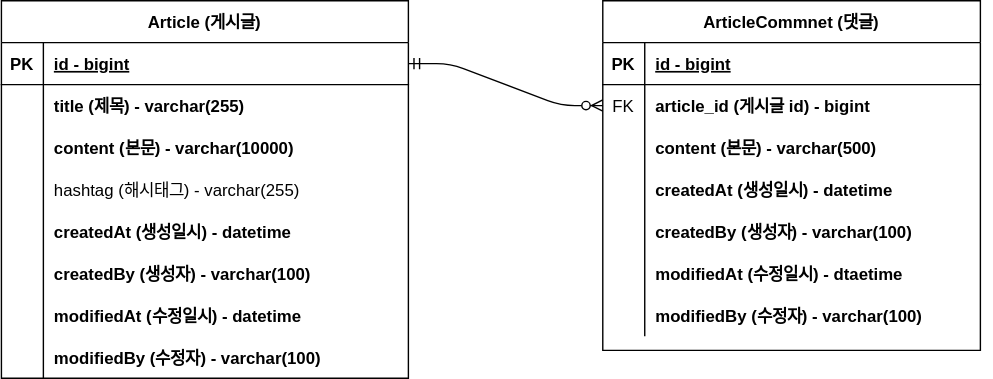
This is document/project-board-erd.svg from vartyor/project-board, a draw.io export, as it was before one commit. Source tidied: cells renumbered, new cells last; positions are measured from the earlier drawing's top-left corner, leaving out a move shared by most shapes.
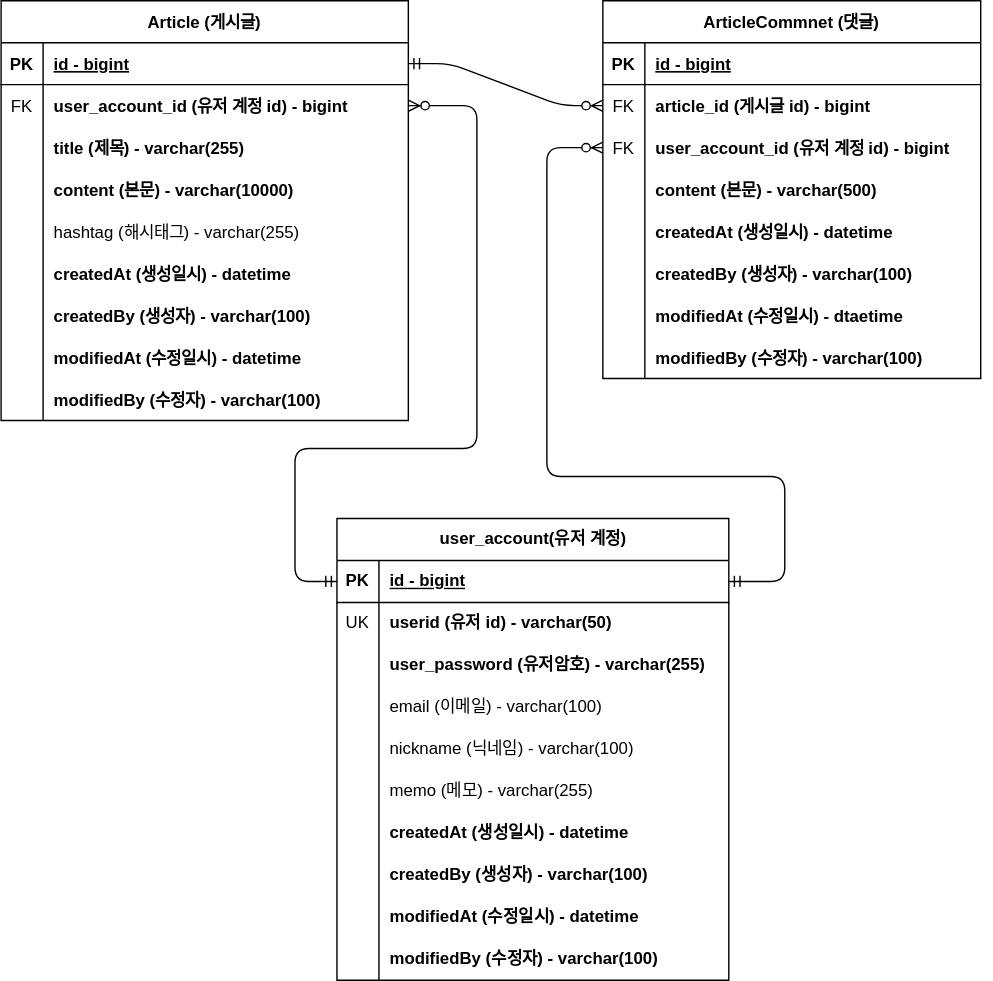
The same file after the commit.

Commit message:
#17 - erd 업데이트: 유저 계정 추가

Diff of the diagram source:
```diff
@@ -6,7 +6,7 @@
       <mxGeometry relative="1" as="geometry" />
     </mxCell>
     <mxCell id="3" value="ArticleCommnet (댓글)" style="shape=table;startSize=30;rowLines=0;fontStyle=1;align=center;" parent="1" vertex="1">
-      <mxGeometry x="430" width="270" height="250" as="geometry" />
+      <mxGeometry x="430" width="270" height="270" as="geometry" />
     </mxCell>
     <mxCell id="4" style="shape=partialRectangle;fillColor=none;top=0;left=0;right=0;bottom=1;" parent="3" vertex="1">
       <mxGeometry y="30" width="270" height="30" as="geometry" />
@@ -26,8 +26,17 @@
     <mxCell id="9" value="article_id (게시글 id) - bigint" style="shape=partialRectangle;overflow=hidden;fillColor=none;top=0;left=0;bottom=0;right=0;align=left;spacingLeft=6;fontStyle=1;" parent="7" vertex="1">
       <mxGeometry x="30" width="240" height="30" as="geometry" />
     </mxCell>
+    <mxCell id="51" style="shape=partialRectangle;fillColor=none;points=[[0,0.5],[1,0.5]];portConstraint=eastwest;top=0;left=0;right=0;bottom=0;" parent="3" vertex="1">
+      <mxGeometry y="90" width="270" height="30" as="geometry" />
+    </mxCell>
+    <mxCell id="52" value="FK" style="shape=partialRectangle;overflow=hidden;fillColor=none;top=0;left=0;bottom=0;right=0;" parent="51" vertex="1">
+      <mxGeometry width="30" height="30" as="geometry" />
+    </mxCell>
+    <mxCell id="53" value="user_account_id (유저 계정 id) - bigint" style="shape=partialRectangle;overflow=hidden;fillColor=none;top=0;left=0;bottom=0;right=0;align=left;spacingLeft=6;fontStyle=1;" parent="51" vertex="1">
+      <mxGeometry x="30" width="240" height="30" as="geometry" />
+    </mxCell>
     <mxCell id="10" style="shape=partialRectangle;fillColor=none;top=0;left=0;right=0;bottom=0;" parent="3" vertex="1">
-      <mxGeometry y="90" width="270" height="30" as="geometry" />
+      <mxGeometry y="120" width="270" height="30" as="geometry" />
     </mxCell>
     <mxCell id="11" style="shape=partialRectangle;overflow=hidden;fillColor=none;top=0;left=0;bottom=0;right=0;" parent="10" vertex="1">
       <mxGeometry width="30" height="30" as="geometry" />
@@ -36,7 +45,7 @@
       <mxGeometry x="30" width="240" height="30" as="geometry" />
     </mxCell>
     <mxCell id="13" style="shape=partialRectangle;fillColor=none;points=[[0,0.5],[1,0.5]];portConstraint=eastwest;top=0;left=0;right=0;bottom=0;" parent="3" vertex="1">
-      <mxGeometry y="120" width="270" height="30" as="geometry" />
+      <mxGeometry y="150" width="270" height="30" as="geometry" />
     </mxCell>
     <mxCell id="14" style="shape=partialRectangle;overflow=hidden;fillColor=none;top=0;left=0;bottom=0;right=0;" parent="13" vertex="1">
       <mxGeometry width="30" height="30" as="geometry" />
@@ -45,7 +54,7 @@
       <mxGeometry x="30" width="240" height="30" as="geometry" />
     </mxCell>
     <mxCell id="16" style="shape=partialRectangle;fillColor=none;top=0;left=0;right=0;bottom=0;" parent="3" vertex="1">
-      <mxGeometry y="150" width="270" height="30" as="geometry" />
+      <mxGeometry y="180" width="270" height="30" as="geometry" />
     </mxCell>
     <mxCell id="17" style="shape=partialRectangle;overflow=hidden;fillColor=none;top=0;left=0;bottom=0;right=0;" parent="16" vertex="1">
       <mxGeometry width="30" height="30" as="geometry" />
@@ -54,7 +63,7 @@
       <mxGeometry x="30" width="240" height="30" as="geometry" />
     </mxCell>
     <mxCell id="19" style="shape=partialRectangle;fillColor=none;top=0;left=0;right=0;bottom=0;" parent="3" vertex="1">
-      <mxGeometry y="180" width="270" height="30" as="geometry" />
+      <mxGeometry y="210" width="270" height="30" as="geometry" />
     </mxCell>
     <mxCell id="20" style="shape=partialRectangle;overflow=hidden;fillColor=none;top=0;left=0;bottom=0;right=0;" parent="19" vertex="1">
       <mxGeometry width="30" height="30" as="geometry" />
@@ -63,7 +72,7 @@
       <mxGeometry x="30" width="240" height="30" as="geometry" />
     </mxCell>
     <mxCell id="22" style="shape=partialRectangle;fillColor=none;top=0;left=0;right=0;bottom=0;" parent="3" vertex="1">
-      <mxGeometry y="210" width="270" height="30" as="geometry" />
+      <mxGeometry y="240" width="270" height="30" as="geometry" />
     </mxCell>
     <mxCell id="23" style="shape=partialRectangle;overflow=hidden;fillColor=none;top=0;left=0;bottom=0;right=0;" parent="22" vertex="1">
       <mxGeometry width="30" height="30" as="geometry" />
@@ -75,7 +84,7 @@
       <mxGeometry relative="1" as="geometry" />
     </mxCell>
     <mxCell id="26" value="Article (게시글)" style="shape=table;startSize=30;rowLines=0;fontStyle=1;align=center;" parent="1" vertex="1">
-      <mxGeometry width="291" height="270" as="geometry" />
+      <mxGeometry width="291" height="300" as="geometry" />
     </mxCell>
     <mxCell id="27" style="shape=partialRectangle;fillColor=none;points=[[0,0.5],[1,0.5]];portConstraint=eastwest;top=0;left=0;right=0;bottom=1;" parent="26" vertex="1">
       <mxGeometry y="30" width="291" height="30" as="geometry" />
@@ -89,14 +98,23 @@
     <mxCell id="30" style="shape=partialRectangle;fillColor=none;points=[[0,0.5],[1,0.5]];portConstraint=eastwest;top=0;left=0;right=0;bottom=0;" parent="26" vertex="1">
       <mxGeometry y="60" width="291" height="30" as="geometry" />
     </mxCell>
-    <mxCell id="31" style="shape=partialRectangle;overflow=hidden;fillColor=none;top=0;left=0;bottom=0;right=0;" parent="30" vertex="1">
+    <mxCell id="31" value="FK" style="shape=partialRectangle;overflow=hidden;fillColor=none;top=0;left=0;bottom=0;right=0;" parent="30" vertex="1">
       <mxGeometry width="30" height="30" as="geometry" />
     </mxCell>
-    <mxCell id="32" value="title (제목) - varchar(255)" style="shape=partialRectangle;overflow=hidden;fillColor=none;top=0;left=0;bottom=0;right=0;align=left;spacingLeft=6;fontStyle=1;" parent="30" vertex="1">
+    <mxCell id="32" value="user_account_id (유저 계정 id) - bigint" style="shape=partialRectangle;overflow=hidden;fillColor=none;top=0;left=0;bottom=0;right=0;align=left;spacingLeft=6;fontStyle=1;" parent="30" vertex="1">
       <mxGeometry x="30" width="261" height="30" as="geometry" />
     </mxCell>
+    <mxCell id="54" style="shape=partialRectangle;fillColor=none;top=0;left=0;right=0;bottom=0;" parent="26" vertex="1">
+      <mxGeometry y="90" width="291" height="30" as="geometry" />
+    </mxCell>
+    <mxCell id="55" style="shape=partialRectangle;overflow=hidden;fillColor=none;top=0;left=0;bottom=0;right=0;" parent="54" vertex="1">
+      <mxGeometry width="30" height="30" as="geometry" />
+    </mxCell>
+    <mxCell id="56" value="title (제목) - varchar(255)" style="shape=partialRectangle;overflow=hidden;fillColor=none;top=0;left=0;bottom=0;right=0;align=left;spacingLeft=6;fontStyle=1;" parent="54" vertex="1">
+      <mxGeometry x="30" width="261" height="30" as="geometry" />
+    </mxCell>
     <mxCell id="33" style="shape=partialRectangle;fillColor=none;top=0;left=0;right=0;bottom=0;" parent="26" vertex="1">
-      <mxGeometry y="90" width="291" height="30" as="geometry" />
+      <mxGeometry y="120" width="291" height="30" as="geometry" />
     </mxCell>
     <mxCell id="34" style="shape=partialRectangle;overflow=hidden;fillColor=none;top=0;left=0;bottom=0;right=0;" parent="33" vertex="1">
       <mxGeometry width="30" height="30" as="geometry" />
@@ -105,7 +123,7 @@
       <mxGeometry x="30" width="261" height="30" as="geometry" />
     </mxCell>
     <mxCell id="36" style="shape=partialRectangle;fillColor=none;top=0;left=0;right=0;bottom=0;" parent="26" vertex="1">
-      <mxGeometry y="120" width="291" height="30" as="geometry" />
+      <mxGeometry y="150" width="291" height="30" as="geometry" />
     </mxCell>
     <mxCell id="37" style="shape=partialRectangle;overflow=hidden;fillColor=none;top=0;left=0;bottom=0;right=0;" parent="36" vertex="1">
       <mxGeometry width="30" height="30" as="geometry" />
@@ -114,7 +132,7 @@
       <mxGeometry x="30" width="261" height="30" as="geometry" />
     </mxCell>
     <mxCell id="39" style="shape=partialRectangle;fillColor=none;top=0;left=0;right=0;bottom=0;" parent="26" vertex="1">
-      <mxGeometry y="150" width="291" height="30" as="geometry" />
+      <mxGeometry y="180" width="291" height="30" as="geometry" />
     </mxCell>
     <mxCell id="40" style="shape=partialRectangle;overflow=hidden;fillColor=none;top=0;left=0;bottom=0;right=0;" parent="39" vertex="1">
       <mxGeometry width="30" height="30" as="geometry" />
@@ -123,7 +141,7 @@
       <mxGeometry x="30" width="261" height="30" as="geometry" />
     </mxCell>
     <mxCell id="42" style="shape=partialRectangle;fillColor=none;top=0;left=0;right=0;bottom=0;" parent="26" vertex="1">
-      <mxGeometry y="180" width="291" height="30" as="geometry" />
+      <mxGeometry y="210" width="291" height="30" as="geometry" />
     </mxCell>
     <mxCell id="43" style="shape=partialRectangle;overflow=hidden;fillColor=none;top=0;left=0;bottom=0;right=0;" parent="42" vertex="1">
       <mxGeometry width="30" height="30" as="geometry" />
@@ -132,7 +150,7 @@
       <mxGeometry x="30" width="261" height="30" as="geometry" />
     </mxCell>
     <mxCell id="45" style="shape=partialRectangle;fillColor=none;top=0;left=0;right=0;bottom=0;" parent="26" vertex="1">
-      <mxGeometry y="210" width="291" height="30" as="geometry" />
+      <mxGeometry y="240" width="291" height="30" as="geometry" />
     </mxCell>
     <mxCell id="46" style="shape=partialRectangle;overflow=hidden;fillColor=none;top=0;left=0;bottom=0;right=0;" parent="45" vertex="1">
       <mxGeometry width="30" height="30" as="geometry" />
@@ -141,7 +159,7 @@
       <mxGeometry x="30" width="261" height="30" as="geometry" />
     </mxCell>
     <mxCell id="48" style="shape=partialRectangle;fillColor=none;top=0;left=0;right=0;bottom=0;" parent="26" vertex="1">
-      <mxGeometry y="240" width="291" height="30" as="geometry" />
+      <mxGeometry y="270" width="291" height="30" as="geometry" />
     </mxCell>
     <mxCell id="49" style="shape=partialRectangle;overflow=hidden;fillColor=none;top=0;left=0;bottom=0;right=0;" parent="48" vertex="1">
       <mxGeometry width="30" height="30" as="geometry" />
@@ -149,5 +167,121 @@
     <mxCell id="50" value="modifiedBy (수정자) - varchar(100)" style="shape=partialRectangle;overflow=hidden;fillColor=none;top=0;left=0;bottom=0;right=0;align=left;spacingLeft=6;fontStyle=1;" parent="48" vertex="1">
       <mxGeometry x="30" width="261" height="30" as="geometry" />
     </mxCell>
+    <mxCell id="57" style="edgeStyle=orthogonalEdgeStyle;rounded=0;orthogonalLoop=1;jettySize=auto;html=1;exitX=1;exitY=0.5;exitDx=0;exitDy=0;" parent="26" edge="1" source="30" target="30">
+      <mxGeometry relative="1" as="geometry" />
+    </mxCell>
+    <mxCell id="58" value="user_account(유저 계정)" style="shape=table;startSize=30;rowLines=0;fontStyle=1;align=center;html=1;" parent="1" vertex="1">
+      <mxGeometry x="240" y="370" width="280" height="330" as="geometry" />
+    </mxCell>
+    <mxCell id="59" style="shape=tableRow;horizontal=0;startSize=0;swimlaneHead=0;swimlaneBody=0;fillColor=none;points=[[0,0.5],[1,0.5]];portConstraint=eastwest;top=0;left=0;right=0;bottom=1;" parent="58" vertex="1">
+      <mxGeometry y="30" width="280" height="30" as="geometry" />
+    </mxCell>
+    <mxCell id="60" value="PK" style="shape=partialRectangle;fillColor=none;top=0;left=0;bottom=0;right=0;fontStyle=1;overflow=hidden;whiteSpace=wrap;html=1;" parent="59" vertex="1">
+      <mxGeometry width="30" height="30" as="geometry" />
+    </mxCell>
+    <mxCell id="61" value="id - bigint" style="shape=partialRectangle;fillColor=none;top=0;left=0;bottom=0;right=0;align=left;spacingLeft=6;fontStyle=5;overflow=hidden;whiteSpace=wrap;html=1;" parent="59" vertex="1">
+      <mxGeometry x="30" width="250" height="30" as="geometry" />
+    </mxCell>
+    <mxCell id="62" style="shape=tableRow;horizontal=0;startSize=0;swimlaneHead=0;swimlaneBody=0;fillColor=none;top=0;left=0;right=0;bottom=0;" parent="58" vertex="1">
+      <mxGeometry y="60" width="280" height="30" as="geometry" />
+    </mxCell>
+    <mxCell id="63" value="UK" style="shape=partialRectangle;fillColor=none;top=0;left=0;bottom=0;right=0;overflow=hidden;whiteSpace=wrap;html=1;" parent="62" vertex="1">
+      <mxGeometry width="30" height="30" as="geometry" />
+    </mxCell>
+    <mxCell id="64" value="&lt;b&gt;userid (유저 id) - varchar(50)&lt;/b&gt;" style="shape=partialRectangle;fillColor=none;top=0;left=0;bottom=0;right=0;align=left;spacingLeft=6;overflow=hidden;whiteSpace=wrap;html=1;" parent="62" vertex="1">
+      <mxGeometry x="30" width="250" height="30" as="geometry" />
+    </mxCell>
+    <mxCell id="65" style="shape=tableRow;horizontal=0;startSize=0;swimlaneHead=0;swimlaneBody=0;fillColor=none;top=0;left=0;right=0;bottom=0;" parent="58" vertex="1">
+      <mxGeometry y="90" width="280" height="30" as="geometry" />
+    </mxCell>
+    <mxCell id="66" style="shape=partialRectangle;fillColor=none;top=0;left=0;bottom=0;right=0;overflow=hidden;whiteSpace=wrap;html=1;" parent="65" vertex="1">
+      <mxGeometry width="30" height="30" as="geometry" />
+    </mxCell>
+    <mxCell id="67" value="user_password (유저암호) - varchar(255)" style="shape=partialRectangle;fillColor=none;top=0;left=0;bottom=0;right=0;align=left;spacingLeft=6;overflow=hidden;whiteSpace=wrap;html=1;fontStyle=1;" parent="65" vertex="1">
+      <mxGeometry x="30" width="250" height="30" as="geometry" />
+    </mxCell>
+    <mxCell id="68" style="shape=tableRow;horizontal=0;startSize=0;swimlaneHead=0;swimlaneBody=0;fillColor=none;top=0;left=0;right=0;bottom=0;" parent="58" vertex="1">
+      <mxGeometry y="120" width="280" height="30" as="geometry" />
+    </mxCell>
+    <mxCell id="69" style="shape=partialRectangle;fillColor=none;top=0;left=0;bottom=0;right=0;overflow=hidden;whiteSpace=wrap;html=1;" parent="68" vertex="1">
+      <mxGeometry width="30" height="30" as="geometry" />
+    </mxCell>
+    <mxCell id="70" value="email (이메일) - varchar(100)" style="shape=partialRectangle;fillColor=none;top=0;left=0;bottom=0;right=0;align=left;spacingLeft=6;overflow=hidden;whiteSpace=wrap;html=1;" parent="68" vertex="1">
+      <mxGeometry x="30" width="250" height="30" as="geometry" />
+    </mxCell>
+    <mxCell id="71" style="shape=tableRow;horizontal=0;startSize=0;swimlaneHead=0;swimlaneBody=0;fillColor=none;top=0;left=0;right=0;bottom=0;" parent="58" vertex="1">
+      <mxGeometry y="150" width="280" height="30" as="geometry" />
+    </mxCell>
+    <mxCell id="72" style="shape=partialRectangle;fillColor=none;top=0;left=0;bottom=0;right=0;overflow=hidden;whiteSpace=wrap;html=1;" parent="71" vertex="1">
+      <mxGeometry width="30" height="30" as="geometry" />
+    </mxCell>
+    <mxCell id="73" value="nickname (닉네임) - varchar(100)" style="shape=partialRectangle;fillColor=none;top=0;left=0;bottom=0;right=0;align=left;spacingLeft=6;overflow=hidden;whiteSpace=wrap;html=1;" parent="71" vertex="1">
+      <mxGeometry x="30" width="250" height="30" as="geometry" />
+    </mxCell>
+    <mxCell id="74" style="shape=tableRow;horizontal=0;startSize=0;swimlaneHead=0;swimlaneBody=0;fillColor=none;top=0;left=0;right=0;bottom=0;" parent="58" vertex="1">
+      <mxGeometry y="180" width="280" height="30" as="geometry" />
+    </mxCell>
+    <mxCell id="75" style="shape=partialRectangle;fillColor=none;top=0;left=0;bottom=0;right=0;overflow=hidden;whiteSpace=wrap;html=1;" parent="74" vertex="1">
+      <mxGeometry width="30" height="30" as="geometry" />
+    </mxCell>
+    <mxCell id="76" value="memo (메모) - varchar(255)" style="shape=partialRectangle;fillColor=none;top=0;left=0;bottom=0;right=0;align=left;spacingLeft=6;overflow=hidden;whiteSpace=wrap;html=1;" parent="74" vertex="1">
+      <mxGeometry x="30" width="250" height="30" as="geometry" />
+    </mxCell>
+    <mxCell id="77" style="shape=tableRow;horizontal=0;startSize=0;swimlaneHead=0;swimlaneBody=0;fillColor=none;top=0;left=0;right=0;bottom=0;" parent="58" vertex="1">
+      <mxGeometry y="210" width="280" height="30" as="geometry" />
+    </mxCell>
+    <mxCell id="78" style="shape=partialRectangle;fillColor=none;top=0;left=0;bottom=0;right=0;overflow=hidden;whiteSpace=wrap;html=1;" parent="77" vertex="1">
+      <mxGeometry width="30" height="30" as="geometry" />
+    </mxCell>
+    <mxCell id="79" value="createdAt (생성일시) - datetime" style="shape=partialRectangle;fillColor=none;top=0;left=0;bottom=0;right=0;align=left;spacingLeft=6;overflow=hidden;whiteSpace=wrap;html=1;fontStyle=1;" parent="77" vertex="1">
+      <mxGeometry x="30" width="250" height="30" as="geometry" />
+    </mxCell>
+    <mxCell id="80" style="shape=tableRow;horizontal=0;startSize=0;swimlaneHead=0;swimlaneBody=0;fillColor=none;top=0;left=0;right=0;bottom=0;" parent="58" vertex="1">
+      <mxGeometry y="240" width="280" height="30" as="geometry" />
+    </mxCell>
+    <mxCell id="81" style="shape=partialRectangle;fillColor=none;top=0;left=0;bottom=0;right=0;overflow=hidden;whiteSpace=wrap;html=1;" parent="80" vertex="1">
+      <mxGeometry width="30" height="30" as="geometry" />
+    </mxCell>
+    <mxCell id="82" value="createdBy (생성자) - varchar(100)" style="shape=partialRectangle;fillColor=none;top=0;left=0;bottom=0;right=0;align=left;spacingLeft=6;overflow=hidden;whiteSpace=wrap;html=1;fontStyle=1;" parent="80" vertex="1">
+      <mxGeometry x="30" width="250" height="30" as="geometry" />
+    </mxCell>
+    <mxCell id="83" style="shape=tableRow;horizontal=0;startSize=0;swimlaneHead=0;swimlaneBody=0;fillColor=none;top=0;left=0;right=0;bottom=0;" parent="58" vertex="1">
+      <mxGeometry y="270" width="280" height="30" as="geometry" />
+    </mxCell>
+    <mxCell id="84" style="shape=partialRectangle;fillColor=none;top=0;left=0;bottom=0;right=0;overflow=hidden;whiteSpace=wrap;html=1;" parent="83" vertex="1">
+      <mxGeometry width="30" height="30" as="geometry" />
+    </mxCell>
+    <mxCell id="85" value="modifiedAt (수정일시) - datetime" style="shape=partialRectangle;fillColor=none;top=0;left=0;bottom=0;right=0;align=left;spacingLeft=6;overflow=hidden;whiteSpace=wrap;html=1;fontStyle=1;" parent="83" vertex="1">
+      <mxGeometry x="30" width="250" height="30" as="geometry" />
+    </mxCell>
+    <mxCell id="86" style="shape=tableRow;horizontal=0;startSize=0;swimlaneHead=0;swimlaneBody=0;fillColor=none;top=0;left=0;right=0;bottom=0;" parent="58" vertex="1">
+      <mxGeometry y="300" width="280" height="30" as="geometry" />
+    </mxCell>
+    <mxCell id="87" style="shape=partialRectangle;fillColor=none;top=0;left=0;bottom=0;right=0;overflow=hidden;whiteSpace=wrap;html=1;" parent="86" vertex="1">
+      <mxGeometry width="30" height="30" as="geometry" />
+    </mxCell>
+    <mxCell id="88" value="modifiedBy (수정자) - varchar(100)" style="shape=partialRectangle;fillColor=none;top=0;left=0;bottom=0;right=0;align=left;spacingLeft=6;overflow=hidden;whiteSpace=wrap;html=1;fontStyle=1;" parent="86" vertex="1">
+      <mxGeometry x="30" width="250" height="30" as="geometry" />
+    </mxCell>
+    <mxCell id="89" style="edgeStyle=orthogonalEdgeStyle;endArrow=ERzeroToMany;startArrow=ERmandOne;endFill=1;startFill=0;entryX=0;entryY=0.5;entryDx=0;entryDy=0;" parent="1" edge="1" source="59" target="51">
+      <mxGeometry relative="1" as="geometry">
+        <Array as="points">
+          <mxPoint x="560" y="415" />
+          <mxPoint x="560" y="340" />
+          <mxPoint x="390" y="340" />
+          <mxPoint x="390" y="105" />
+        </Array>
+      </mxGeometry>
+    </mxCell>
+    <mxCell id="90" style="edgeStyle=orthogonalEdgeStyle;endArrow=ERzeroToMany;startArrow=ERmandOne;endFill=1;startFill=0;entryX=1;entryY=0.5;entryDx=0;entryDy=0;exitX=0;exitY=0.5;exitDx=0;exitDy=0;" parent="1" edge="1" source="59" target="30">
+      <mxGeometry relative="1" as="geometry">
+        <Array as="points">
+          <mxPoint x="210" y="415" />
+          <mxPoint x="210" y="320" />
+          <mxPoint x="340" y="320" />
+          <mxPoint x="340" y="75" />
+        </Array>
+      </mxGeometry>
+    </mxCell>
   </root>
 </mxGraphModel>
```
